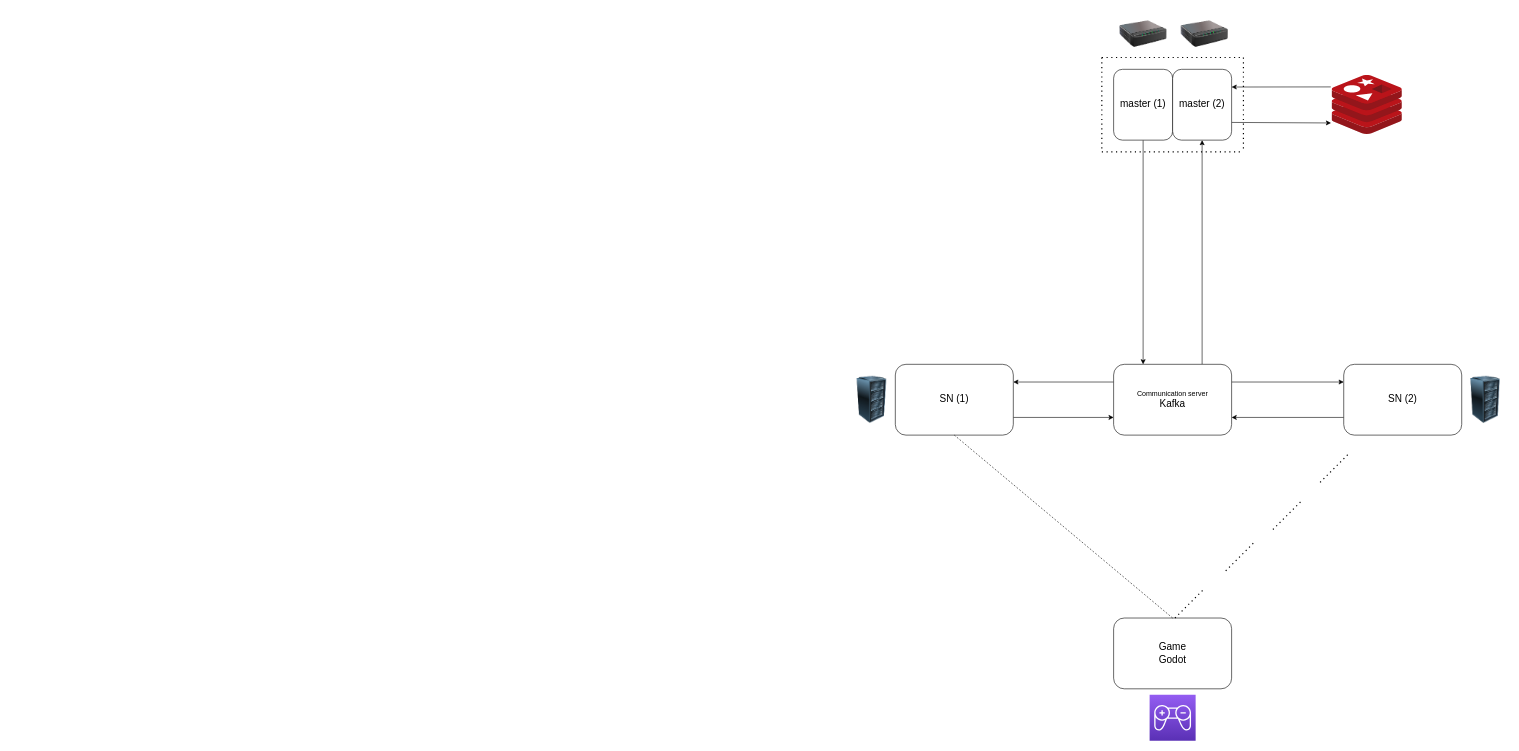
Earlier version of the draw.io diagram global-architecture.drawio (celte-team/celte-team.github.io). Source tidied: cells renumbered, new cells numbered last; positions are measured from the earlier drawing's top-left corner, leaving out a move shared by most shapes. Both pictures are drawn from the tidied source at 59%, with x=0, y=0 at pixel (848, 10).
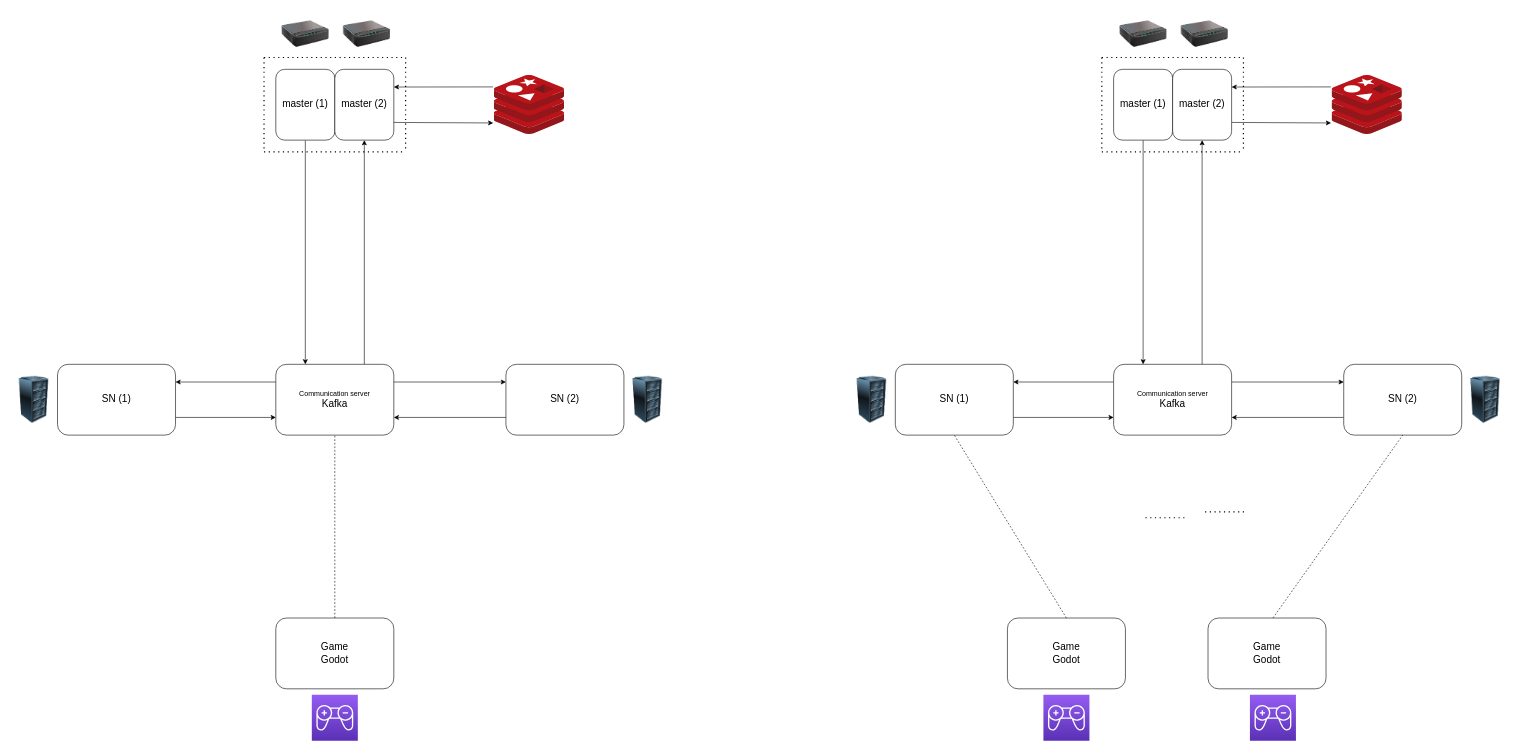
Above is the later version.

Commit message:
update schema with 2 steps

Unchanged cells that the change refers to:
```xml
<mxCell id="9" value="&lt;span style=&quot;font-size: 17px;&quot;&gt;SN (2)&lt;/span&gt;" style="rounded=1;whiteSpace=wrap;html=1;" parent="1" vertex="1">
  <mxGeometry x="840" y="600" width="200" height="120" as="geometry" />
</mxCell>
```

The edit, as a diff of the source:
```diff
@@
     <mxCell id="14" value="&lt;span style=&quot;font-size: 17px;&quot;&gt;Game&lt;br&gt;Godot&lt;br&gt;&lt;/span&gt;" style="rounded=1;whiteSpace=wrap;html=1;" parent="1" vertex="1">
-      <mxGeometry x="450" y="1030" width="200" height="120" as="geometry" />
+      <mxGeometry x="270" y="1030" width="200" height="120" as="geometry" />
     </mxCell>
@@
     <mxCell id="22" style="endArrow=none;dashed=1;html=1;dashPattern=1 3;strokeWidth=2;fontSize=17;" parent="1" edge="1">
       <mxGeometry relative="1" as="geometry">
-        <mxPoint x="554" y="1030" as="sourcePoint" />
-        <mxPoint x="604" y="980" as="targetPoint" />
+        <mxPoint x="570" y="860" as="sourcePoint" />
+        <mxPoint x="499" y="860" as="targetPoint" />
       </mxGeometry>
     </mxCell>
-    <mxCell id="23" style="endArrow=none;dashed=1;html=1;dashPattern=1 3;strokeWidth=2;fontSize=17;" parent="1" edge="1">
-      <mxGeometry relative="1" as="geometry">
-        <mxPoint x="640" y="950" as="sourcePoint" />
-        <mxPoint x="690" y="900" as="targetPoint" />
-      </mxGeometry>
-    </mxCell>
-    <mxCell id="24" style="endArrow=none;dashed=1;html=1;dashPattern=1 3;strokeWidth=2;fontSize=17;" parent="1" edge="1">
-      <mxGeometry relative="1" as="geometry">
-        <mxPoint x="720" y="880" as="sourcePoint" />
-        <mxPoint x="770" y="830" as="targetPoint" />
-      </mxGeometry>
-    </mxCell>
-    <mxCell id="25" style="endArrow=none;dashed=1;html=1;dashPattern=1 3;strokeWidth=2;fontSize=17;" parent="1" edge="1">
-      <mxGeometry relative="1" as="geometry">
-        <mxPoint x="800" y="800" as="sourcePoint" />
-        <mxPoint x="850" y="750" as="targetPoint" />
-      </mxGeometry>
-    </mxCell>
@@
     <mxCell id="28" style="sketch=0;fontColor=#232F3E;gradientColor=#945DF2;gradientDirection=north;fillColor=#5A30B5;strokeColor=#ffffff;dashed=0;verticalLabelPosition=bottom;verticalAlign=top;align=center;html=1;fontSize=12;fontStyle=0;shape=mxgraph.aws4.resourceIcon;resIcon=mxgraph.aws4.game_tech2;" parent="1" vertex="1">
-      <mxGeometry x="511" y="1160" width="78" height="78" as="geometry" />
+      <mxGeometry x="331" y="1160" width="78" height="78" as="geometry" />
     </mxCell>
@@
+    <mxCell id="31" value="&lt;span style=&quot;font-size: 17px;&quot;&gt;Game&lt;br&gt;Godot&lt;br&gt;&lt;/span&gt;" style="rounded=1;whiteSpace=wrap;html=1;" parent="1" vertex="1">
+      <mxGeometry x="610" y="1030" width="200" height="120" as="geometry" />
+    </mxCell>
+    <mxCell id="32" style="sketch=0;fontColor=#232F3E;gradientColor=#945DF2;gradientDirection=north;fillColor=#5A30B5;strokeColor=#ffffff;dashed=0;verticalLabelPosition=bottom;verticalAlign=top;align=center;html=1;fontSize=12;fontStyle=0;shape=mxgraph.aws4.resourceIcon;resIcon=mxgraph.aws4.game_tech2;" parent="1" vertex="1">
+      <mxGeometry x="681" y="1160" width="78" height="78" as="geometry" />
+    </mxCell>
+    <mxCell id="33" style="endArrow=none;dashed=1;html=1;fontSize=17;exitX=0.5;exitY=0;exitDx=0;exitDy=0;entryX=0.5;entryY=1;entryDx=0;entryDy=0;" parent="1" edge="1" target="9">
+      <mxGeometry relative="1" as="geometry">
+        <mxPoint x="720" y="1030" as="sourcePoint" />
+      </mxGeometry>
+    </mxCell>
+    <mxCell id="34" style="endArrow=none;dashed=1;html=1;dashPattern=1 3;strokeWidth=2;fontSize=17;" parent="1" edge="1">
+      <mxGeometry relative="1" as="geometry">
+        <mxPoint x="671" y="850" as="sourcePoint" />
+        <mxPoint x="600" y="850" as="targetPoint" />
+      </mxGeometry>
+    </mxCell>
+    <mxCell id="35" style="edgeStyle=none;html=1;exitX=0.75;exitY=0;exitDx=0;exitDy=0;entryX=0.5;entryY=1;entryDx=0;entryDy=0;fontSize=17;" parent="1" edge="1" source="38" target="49">
+      <mxGeometry relative="1" as="geometry" />
+    </mxCell>
+    <mxCell id="36" style="edgeStyle=none;html=1;exitX=0;exitY=0.25;exitDx=0;exitDy=0;entryX=1;entryY=0.25;entryDx=0;entryDy=0;fontSize=17;" parent="1" edge="1" source="38" target="40">
+      <mxGeometry relative="1" as="geometry" />
+    </mxCell>
+    <mxCell id="37" style="edgeStyle=none;html=1;exitX=1;exitY=0.25;exitDx=0;exitDy=0;entryX=0;entryY=0.25;entryDx=0;entryDy=0;fontSize=17;" parent="1" edge="1" source="38" target="42">
+      <mxGeometry relative="1" as="geometry" />
+    </mxCell>
+    <mxCell id="38" value="Communication server&lt;br&gt;&lt;font style=&quot;font-size: 17px;&quot;&gt;Kafka&lt;/font&gt;" style="rounded=1;whiteSpace=wrap;html=1;" parent="1" vertex="1">
+      <mxGeometry x="-970" y="600" width="200" height="120" as="geometry" />
+    </mxCell>
+    <mxCell id="39" style="edgeStyle=none;html=1;exitX=1;exitY=0.75;exitDx=0;exitDy=0;entryX=0;entryY=0.75;entryDx=0;entryDy=0;fontSize=17;" parent="1" edge="1" source="40" target="38">
+      <mxGeometry relative="1" as="geometry" />
+    </mxCell>
+    <mxCell id="40" value="&lt;span style=&quot;font-size: 17px;&quot;&gt;SN (1)&lt;/span&gt;" style="rounded=1;whiteSpace=wrap;html=1;" parent="1" vertex="1">
+      <mxGeometry x="-1340" y="600" width="200" height="120" as="geometry" />
+    </mxCell>
+    <mxCell id="41" style="edgeStyle=none;html=1;exitX=0;exitY=0.75;exitDx=0;exitDy=0;entryX=1;entryY=0.75;entryDx=0;entryDy=0;fontSize=17;" parent="1" edge="1" source="42" target="38">
+      <mxGeometry relative="1" as="geometry" />
+    </mxCell>
+    <mxCell id="42" value="&lt;span style=&quot;font-size: 17px;&quot;&gt;SN (2)&lt;/span&gt;" style="rounded=1;whiteSpace=wrap;html=1;" parent="1" vertex="1">
+      <mxGeometry x="-580" y="600" width="200" height="120" as="geometry" />
+    </mxCell>
+    <mxCell id="43" style="edgeStyle=none;html=1;exitX=0.5;exitY=1;exitDx=0;exitDy=0;entryX=0.25;entryY=0;entryDx=0;entryDy=0;fontSize=17;" parent="1" edge="1" source="48" target="38">
+      <mxGeometry relative="1" as="geometry" />
+    </mxCell>
+    <mxCell id="44" style="edgeStyle=none;html=1;entryX=1;entryY=0.25;entryDx=0;entryDy=0;fontSize=17;exitX=-0.016;exitY=0.198;exitDx=0;exitDy=0;exitPerimeter=0;" parent="1" edge="1" source="46" target="49">
+      <mxGeometry relative="1" as="geometry" />
+    </mxCell>
+    <mxCell id="45" style="edgeStyle=none;html=1;exitX=1;exitY=0.75;exitDx=0;exitDy=0;entryX=-0.013;entryY=0.809;entryDx=0;entryDy=0;entryPerimeter=0;fontSize=17;" parent="1" edge="1" target="46">
+      <mxGeometry relative="1" as="geometry">
+        <mxPoint x="-770" y="190" as="sourcePoint" />
+      </mxGeometry>
+    </mxCell>
+    <mxCell id="46" style="sketch=0;html=1;points=[];align=center;image;fontSize=12;image=img/lib/mscae/Cache_Redis_Product.svg;" parent="1" vertex="1">
+      <mxGeometry x="-600" y="110" width="119" height="100" as="geometry" />
+    </mxCell>
+    <mxCell id="47" value="&lt;span style=&quot;font-size: 17px;&quot;&gt;Game&lt;br&gt;Godot&lt;br&gt;&lt;/span&gt;" style="rounded=1;whiteSpace=wrap;html=1;" parent="1" vertex="1">
+      <mxGeometry x="-970" y="1030" width="200" height="120" as="geometry" />
+    </mxCell>
+    <mxCell id="48" value="&lt;span style=&quot;font-size: 17px;&quot;&gt;master (1)&lt;/span&gt;" style="rounded=1;whiteSpace=wrap;html=1;" parent="1" vertex="1">
+      <mxGeometry x="-970" y="100" width="100" height="120" as="geometry" />
+    </mxCell>
+    <mxCell id="49" value="&lt;span style=&quot;font-size: 17px;&quot;&gt;master (2)&lt;/span&gt;" style="rounded=1;whiteSpace=wrap;html=1;" parent="1" vertex="1">
+      <mxGeometry x="-870" y="100" width="100" height="120" as="geometry" />
+    </mxCell>
+    <mxCell id="50" style="endArrow=none;dashed=1;html=1;dashPattern=1 3;strokeWidth=2;fontSize=17;" parent="1" edge="1">
+      <mxGeometry relative="1" as="geometry">
+        <mxPoint x="-990" y="80" as="sourcePoint" />
+        <mxPoint x="-990" y="240" as="targetPoint" />
+      </mxGeometry>
+    </mxCell>
+    <mxCell id="51" style="endArrow=none;dashed=1;html=1;dashPattern=1 3;strokeWidth=2;fontSize=17;" parent="1" edge="1">
+      <mxGeometry relative="1" as="geometry">
+        <mxPoint x="-990" y="240" as="sourcePoint" />
+        <mxPoint x="-750" y="240" as="targetPoint" />
+      </mxGeometry>
+    </mxCell>
+    <mxCell id="52" style="endArrow=none;dashed=1;html=1;dashPattern=1 3;strokeWidth=2;fontSize=17;" parent="1" edge="1">
+      <mxGeometry relative="1" as="geometry">
+        <mxPoint x="-990" y="80" as="sourcePoint" />
+        <mxPoint x="-750" y="80" as="targetPoint" />
+        <Array as="points">
+          <mxPoint x="-870" y="80" />
+        </Array>
+      </mxGeometry>
+    </mxCell>
+    <mxCell id="53" style="endArrow=none;dashed=1;html=1;dashPattern=1 3;strokeWidth=2;fontSize=17;" parent="1" edge="1">
+      <mxGeometry relative="1" as="geometry">
+        <mxPoint x="-750" y="80" as="sourcePoint" />
+        <mxPoint x="-750" y="240" as="targetPoint" />
+        <Array as="points">
+          <mxPoint x="-750" y="170" />
+        </Array>
+      </mxGeometry>
+    </mxCell>
+    <mxCell id="54" style="endArrow=none;dashed=1;html=1;fontSize=17;exitX=0.5;exitY=0;exitDx=0;exitDy=0;entryX=0.5;entryY=1;entryDx=0;entryDy=0;" parent="1" edge="1" source="47" target="38">
+      <mxGeometry relative="1" as="geometry" />
+    </mxCell>
+    <mxCell id="55" style="image;html=1;image=img/lib/clip_art/computers/Server_Rack_128x128.png;fontSize=17;" parent="1" vertex="1">
+      <mxGeometry x="-1420" y="620" width="80" height="80" as="geometry" />
+    </mxCell>
+    <mxCell id="56" style="image;html=1;image=img/lib/clip_art/computers/Server_Rack_128x128.png;fontSize=17;" parent="1" vertex="1">
+      <mxGeometry x="-380" y="620" width="80" height="80" as="geometry" />
+    </mxCell>
+    <mxCell id="57" style="sketch=0;fontColor=#232F3E;gradientColor=#945DF2;gradientDirection=north;fillColor=#5A30B5;strokeColor=#ffffff;dashed=0;verticalLabelPosition=bottom;verticalAlign=top;align=center;html=1;fontSize=12;fontStyle=0;shape=mxgraph.aws4.resourceIcon;resIcon=mxgraph.aws4.game_tech2;" parent="1" vertex="1">
+      <mxGeometry x="-909" y="1160" width="78" height="78" as="geometry" />
+    </mxCell>
+    <mxCell id="58" style="image;html=1;image=img/lib/clip_art/networking/Print_Server_128x128.png;fontSize=17;" parent="1" vertex="1">
+      <mxGeometry x="-856" width="80" height="80" as="geometry" />
+    </mxCell>
+    <mxCell id="59" style="image;html=1;image=img/lib/clip_art/networking/Print_Server_128x128.png;fontSize=17;" parent="1" vertex="1">
+      <mxGeometry x="-960" width="80" height="80" as="geometry" />
+    </mxCell>
```
